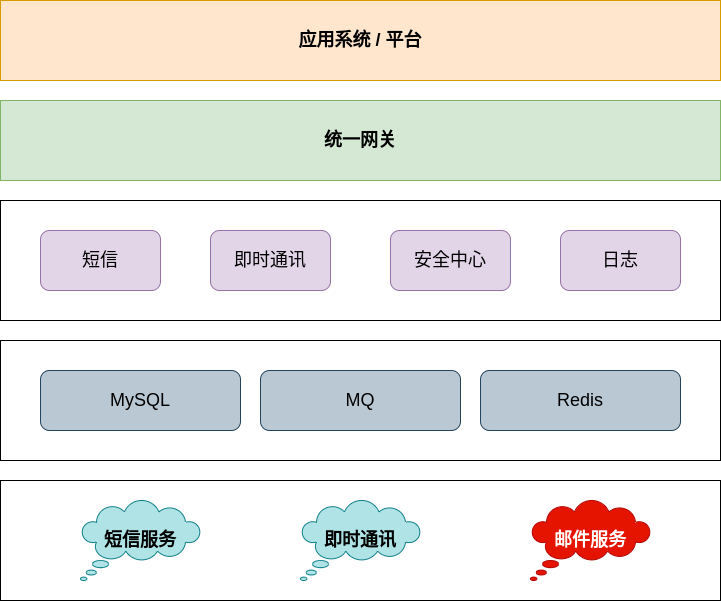
This is Infrastructure Diagram.drawio.png from O70/diagram-hub, a draw.io export, as it was before one commit. Source tidied: cells renumbered, new cells last; positions are measured from the earlier drawing's top-left corner, leaving out a move shared by most shapes. The source it was exported from:
```xml
<mxGraphModel>
  <root>
    <mxCell id="0" />
    <mxCell id="1" parent="0" />
    <mxCell id="2" value="&lt;font style=&quot;font-size: 18px;&quot;&gt;&lt;b&gt;应用系统 / 平台&lt;/b&gt;&lt;/font&gt;" style="rounded=0;whiteSpace=wrap;html=1;fillColor=#ffe6cc;strokeColor=#d79b00;" parent="1" vertex="1">
      <mxGeometry width="720" height="80" as="geometry" />
    </mxCell>
    <mxCell id="3" value="&lt;font style=&quot;font-size: 18px;&quot;&gt;&lt;b&gt;统一网关&lt;/b&gt;&lt;/font&gt;" style="rounded=0;whiteSpace=wrap;html=1;fillColor=#d5e8d4;strokeColor=#82b366;" parent="1" vertex="1">
      <mxGeometry y="100" width="720" height="80" as="geometry" />
    </mxCell>
    <mxCell id="4" style="group;fillColor=#6d8764;fontColor=#ffffff;strokeColor=#3A5431;" parent="1" vertex="1">
      <mxGeometry y="200" width="720" height="120" as="geometry" />
    </mxCell>
    <mxCell id="5" style="rounded=0;whiteSpace=wrap;html=1;" parent="4" vertex="1">
      <mxGeometry width="720" height="120" as="geometry" />
    </mxCell>
    <mxCell id="6" value="&lt;font style=&quot;font-size: 18px;&quot;&gt;短信&lt;/font&gt;" style="rounded=1;whiteSpace=wrap;html=1;fillColor=#e1d5e7;strokeColor=#9673a6;" parent="4" vertex="1">
      <mxGeometry x="40" y="30" width="120" height="60" as="geometry" />
    </mxCell>
    <mxCell id="7" value="&lt;font style=&quot;font-size: 18px;&quot;&gt;即时通讯&lt;/font&gt;" style="rounded=1;whiteSpace=wrap;html=1;fillColor=#e1d5e7;strokeColor=#9673a6;" parent="4" vertex="1">
      <mxGeometry x="210" y="30" width="120" height="60" as="geometry" />
    </mxCell>
    <mxCell id="8" value="&lt;font style=&quot;font-size: 18px;&quot;&gt;安全中心&lt;/font&gt;" style="rounded=1;whiteSpace=wrap;html=1;fillColor=#e1d5e7;strokeColor=#9673a6;" parent="4" vertex="1">
      <mxGeometry x="390" y="30" width="120" height="60" as="geometry" />
    </mxCell>
    <mxCell id="9" value="&lt;font style=&quot;font-size: 18px;&quot;&gt;日志&lt;/font&gt;" style="rounded=1;whiteSpace=wrap;html=1;fillColor=#e1d5e7;strokeColor=#9673a6;" parent="4" vertex="1">
      <mxGeometry x="560" y="30" width="120" height="60" as="geometry" />
    </mxCell>
    <mxCell id="10" style="group;" parent="1" vertex="1">
      <mxGeometry y="340" width="720" height="120" as="geometry" />
    </mxCell>
    <mxCell id="11" style="rounded=0;whiteSpace=wrap;html=1;" parent="10" vertex="1">
      <mxGeometry width="720" height="120" as="geometry" />
    </mxCell>
    <mxCell id="12" value="&lt;font style=&quot;font-size: 18px;&quot;&gt;MySQL&lt;/font&gt;" style="rounded=1;whiteSpace=wrap;html=1;fillColor=#bac8d3;strokeColor=#23445d;" parent="10" vertex="1">
      <mxGeometry x="40" y="30" width="200" height="60" as="geometry" />
    </mxCell>
    <mxCell id="13" value="&lt;font style=&quot;font-size: 18px;&quot;&gt;Redis&lt;/font&gt;" style="rounded=1;whiteSpace=wrap;html=1;fillColor=#bac8d3;strokeColor=#23445d;" parent="10" vertex="1">
      <mxGeometry x="480" y="30" width="200" height="60" as="geometry" />
    </mxCell>
    <mxCell id="14" value="&lt;font style=&quot;font-size: 18px;&quot;&gt;MQ&lt;/font&gt;" style="rounded=1;whiteSpace=wrap;html=1;fillColor=#bac8d3;strokeColor=#23445d;" parent="10" vertex="1">
      <mxGeometry x="260" y="30" width="200" height="60" as="geometry" />
    </mxCell>
    <mxCell id="15" style="group;" parent="1" vertex="1">
      <mxGeometry y="480" width="720" height="120" as="geometry" />
    </mxCell>
    <mxCell id="16" style="group;" parent="15" vertex="1">
      <mxGeometry width="720" height="120" as="geometry" />
    </mxCell>
    <mxCell id="17" style="rounded=0;whiteSpace=wrap;html=1;" parent="16" vertex="1">
      <mxGeometry width="720" height="120" as="geometry" />
    </mxCell>
    <mxCell id="18" value="&lt;font style=&quot;font-size: 18px;&quot;&gt;&lt;b&gt;短信服务&lt;/b&gt;&lt;/font&gt;" style="whiteSpace=wrap;html=1;shape=mxgraph.basic.cloud_callout;fillColor=#b0e3e6;strokeColor=#0e8088;" parent="16" vertex="1">
      <mxGeometry x="80" y="20" width="120" height="80" as="geometry" />
    </mxCell>
    <mxCell id="19" value="&lt;font style=&quot;font-size: 18px;&quot;&gt;&lt;b&gt;即时通讯&lt;/b&gt;&lt;/font&gt;" style="whiteSpace=wrap;html=1;shape=mxgraph.basic.cloud_callout;fillColor=#b0e3e6;strokeColor=#0e8088;" parent="16" vertex="1">
      <mxGeometry x="300" y="20" width="120" height="80" as="geometry" />
    </mxCell>
    <mxCell id="20" value="&lt;font style=&quot;font-size: 18px;&quot;&gt;&lt;b&gt;邮件服务&lt;/b&gt;&lt;/font&gt;" style="whiteSpace=wrap;html=1;shape=mxgraph.basic.cloud_callout;fillColor=#e51400;strokeColor=#B20000;fontColor=#ffffff;" parent="16" vertex="1">
      <mxGeometry x="530" y="20" width="120" height="80" as="geometry" />
    </mxCell>
  </root>
</mxGraphModel>
```
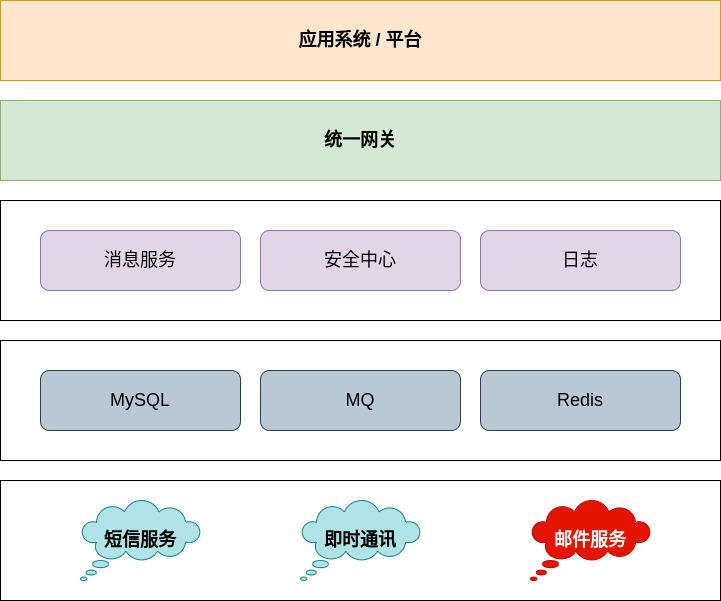
After the commit.

The edit, as a diff of the source:
```diff
@@ -14,17 +14,14 @@
     <mxCell id="5" style="rounded=0;whiteSpace=wrap;html=1;" parent="4" vertex="1">
       <mxGeometry width="720" height="120" as="geometry" />
     </mxCell>
-    <mxCell id="6" value="&lt;font style=&quot;font-size: 18px;&quot;&gt;短信&lt;/font&gt;" style="rounded=1;whiteSpace=wrap;html=1;fillColor=#e1d5e7;strokeColor=#9673a6;" parent="4" vertex="1">
-      <mxGeometry x="40" y="30" width="120" height="60" as="geometry" />
+    <mxCell id="6" value="&lt;span style=&quot;font-size: 18px;&quot;&gt;消息服务&lt;/span&gt;" style="rounded=1;whiteSpace=wrap;html=1;fillColor=#e1d5e7;strokeColor=#9673a6;" parent="4" vertex="1">
+      <mxGeometry x="40" y="30" width="200" height="60" as="geometry" />
     </mxCell>
-    <mxCell id="7" value="&lt;font style=&quot;font-size: 18px;&quot;&gt;即时通讯&lt;/font&gt;" style="rounded=1;whiteSpace=wrap;html=1;fillColor=#e1d5e7;strokeColor=#9673a6;" parent="4" vertex="1">
-      <mxGeometry x="210" y="30" width="120" height="60" as="geometry" />
-    </mxCell>
     <mxCell id="8" value="&lt;font style=&quot;font-size: 18px;&quot;&gt;安全中心&lt;/font&gt;" style="rounded=1;whiteSpace=wrap;html=1;fillColor=#e1d5e7;strokeColor=#9673a6;" parent="4" vertex="1">
-      <mxGeometry x="390" y="30" width="120" height="60" as="geometry" />
+      <mxGeometry x="260" y="30" width="200" height="60" as="geometry" />
     </mxCell>
     <mxCell id="9" value="&lt;font style=&quot;font-size: 18px;&quot;&gt;日志&lt;/font&gt;" style="rounded=1;whiteSpace=wrap;html=1;fillColor=#e1d5e7;strokeColor=#9673a6;" parent="4" vertex="1">
-      <mxGeometry x="560" y="30" width="120" height="60" as="geometry" />
+      <mxGeometry x="480" y="30" width="200" height="60" as="geometry" />
     </mxCell>
     <mxCell id="10" style="group;" parent="1" vertex="1">
       <mxGeometry y="340" width="720" height="120" as="geometry" />
```
